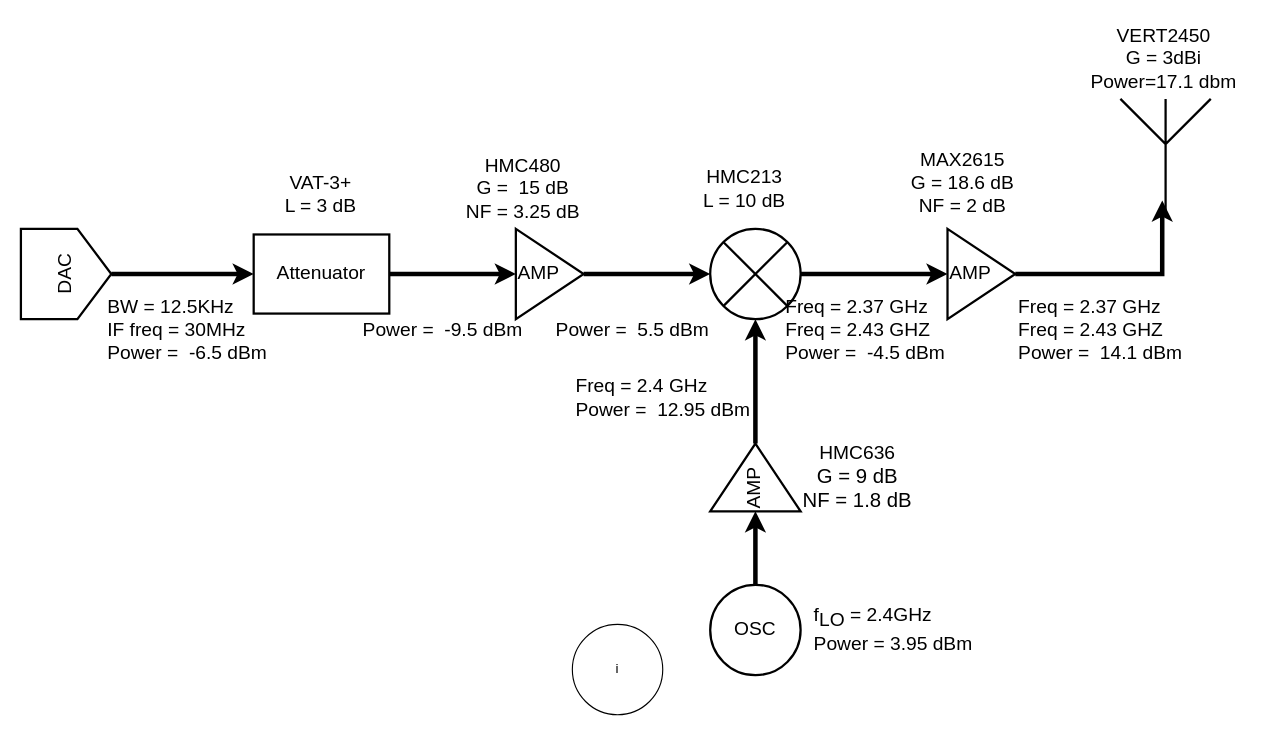
Before: transmitter.drawio in chenbin234/MCC125-Wireless-link-project, a draw.io diagram. Source tidied: cells renumbered, new cells numbered last; positions are measured from the earlier drawing's top-left corner, leaving out a move shared by most shapes. Both pictures are drawn from the tidied source at 113%, with x=0, y=0 at pixel (20, 19).
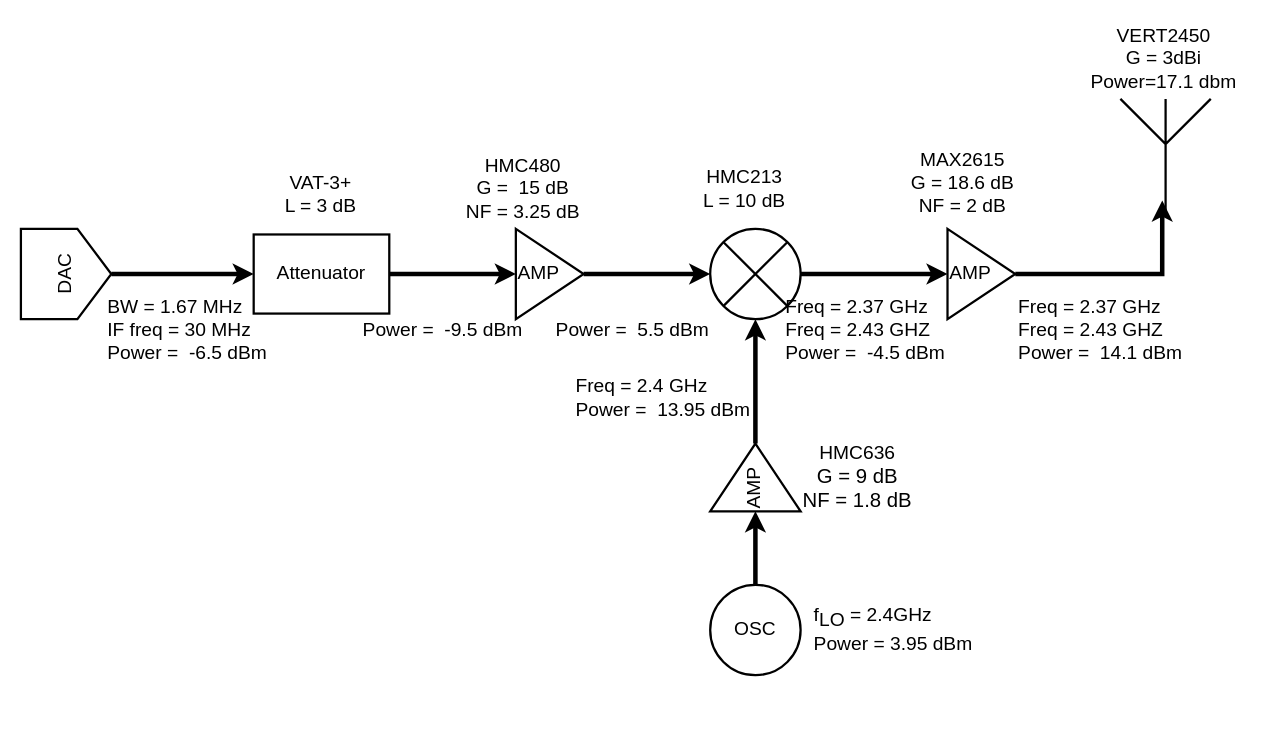
The same page after the edit.

Diff of the diagram source:
```diff
@@
-    <mxCell id="16" value="&lt;div style=&quot;text-align: left; font-size: 17px;&quot;&gt;&lt;span style=&quot;background-color: initial; font-size: 17px;&quot;&gt;&lt;font style=&quot;font-size: 17px;&quot;&gt;BW = 12.5KHz&lt;/font&gt;&lt;/span&gt;&lt;/div&gt;&lt;div style=&quot;text-align: left; font-size: 17px;&quot;&gt;&lt;span style=&quot;background-color: initial; font-size: 17px;&quot;&gt;&lt;font style=&quot;font-size: 17px;&quot;&gt;IF freq = 30MHz&lt;/font&gt;&lt;/span&gt;&lt;/div&gt;&lt;div style=&quot;text-align: left; font-size: 17px;&quot;&gt;&lt;span style=&quot;background-color: initial; font-size: 17px;&quot;&gt;&lt;font style=&quot;font-size: 17px;&quot;&gt;Power =&amp;nbsp; -6.5 dBm&lt;/font&gt;&lt;/span&gt;&lt;/div&gt;" style="text;html=1;align=center;verticalAlign=middle;strokeColor=none;fillColor=none;fontSize=17;" parent="1" vertex="1">
+    <mxCell id="16" value="&lt;div style=&quot;text-align: left; font-size: 17px;&quot;&gt;&lt;span style=&quot;background-color: initial; font-size: 17px;&quot;&gt;&lt;font style=&quot;font-size: 17px;&quot;&gt;BW = 1.67 MHz&lt;/font&gt;&lt;/span&gt;&lt;/div&gt;&lt;div style=&quot;text-align: left; font-size: 17px;&quot;&gt;&lt;span style=&quot;background-color: initial; font-size: 17px;&quot;&gt;&lt;font style=&quot;font-size: 17px;&quot;&gt;IF freq = 30 MHz&lt;/font&gt;&lt;/span&gt;&lt;/div&gt;&lt;div style=&quot;text-align: left; font-size: 17px;&quot;&gt;&lt;span style=&quot;background-color: initial; font-size: 17px;&quot;&gt;&lt;font style=&quot;font-size: 17px;&quot;&gt;Power =&amp;nbsp; -6.5 dBm&lt;/font&gt;&lt;/span&gt;&lt;/div&gt;" style="text;html=1;align=center;verticalAlign=middle;strokeColor=none;fillColor=none;fontSize=17;" parent="1" vertex="1">
       <mxGeometry x="67" y="240" width="160" height="70" as="geometry" />
     </mxCell>
@@
-    <mxCell id="29" value="&lt;div style=&quot;text-align: left; font-size: 17px;&quot;&gt;&lt;span style=&quot;background-color: initial; font-size: 17px;&quot;&gt;Freq = 2.4 GHz&lt;/span&gt;&lt;/div&gt;&lt;div style=&quot;text-align: left; font-size: 17px;&quot;&gt;&lt;span style=&quot;background-color: initial; font-size: 17px;&quot;&gt;Power =&amp;nbsp; 12.95 dBm&lt;/span&gt;&lt;br style=&quot;font-size: 17px;&quot;&gt;&lt;/div&gt;" style="text;html=1;align=center;verticalAlign=middle;strokeColor=none;fillColor=none;fontSize=17;" parent="1" vertex="1">
+    <mxCell id="29" value="&lt;div style=&quot;text-align: left; font-size: 17px;&quot;&gt;&lt;span style=&quot;background-color: initial; font-size: 17px;&quot;&gt;Freq = 2.4 GHz&lt;/span&gt;&lt;/div&gt;&lt;div style=&quot;text-align: left; font-size: 17px;&quot;&gt;&lt;span style=&quot;background-color: initial; font-size: 17px;&quot;&gt;Power =&amp;nbsp; 13.95 dBm&lt;/span&gt;&lt;br style=&quot;font-size: 17px;&quot;&gt;&lt;/div&gt;" style="text;html=1;align=center;verticalAlign=middle;strokeColor=none;fillColor=none;fontSize=17;" parent="1" vertex="1">
       <mxGeometry x="478" y="310" width="180" height="50" as="geometry" />
     </mxCell>
-    <mxCell id="30" value="i" style="ellipse;whiteSpace=wrap;html=1;" parent="1" vertex="1">
-      <mxGeometry x="488" y="535" width="80" height="80" as="geometry" />
-    </mxCell>
```
